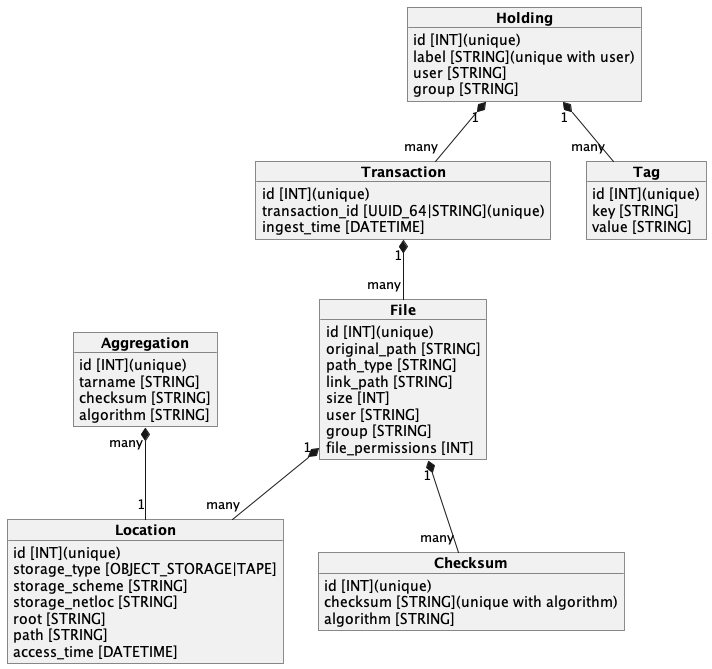
This is docs/spec/uml/catalog_db.png from cedadev/nlds, a PlantUML export, as it was before one commit.
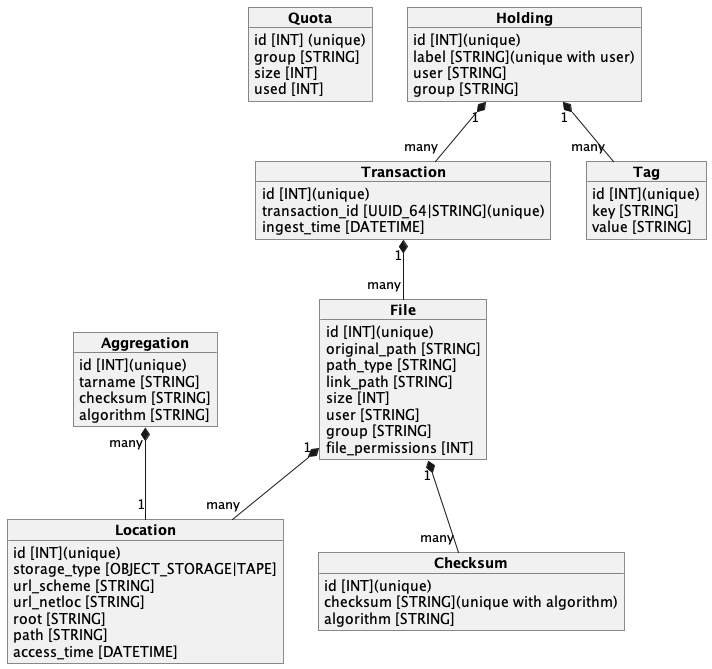
Above is the later version.

What changed in the source:
```diff
@@ -1,4 +1,11 @@
 @startuml catalog_db
+
+object "**Quota**" as quota {
+    id [INT] (unique)
+    group [STRING]
+    size [INT]
+    used [INT]
+}
 
 object "**Holding**" as holding {
     id [INT](unique)
@@ -40,8 +47,8 @@
 object "**Location**" as location {
     id [INT](unique)
     storage_type [OBJECT_STORAGE|TAPE]
-    storage_scheme [STRING]
-    storage_netloc [STRING]
+    url_scheme [STRING]
+    url_netloc [STRING]
     root [STRING]
     path [STRING]
     access_time [DATETIME]
```
